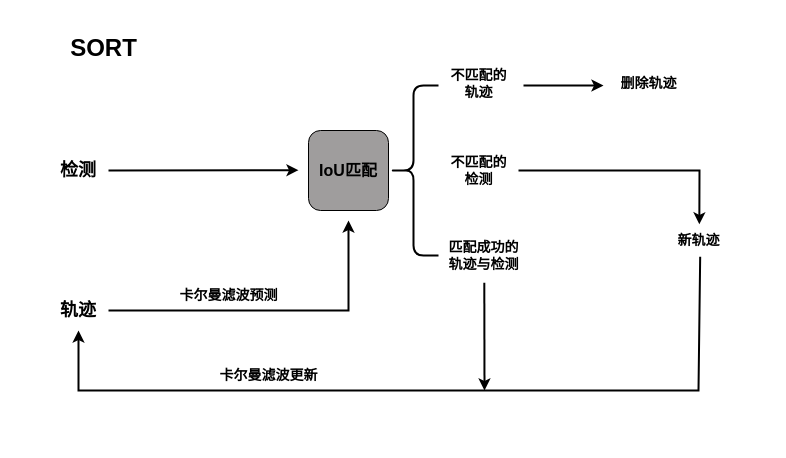
Before: SORT算法.drawio in bighammer-link/My_Pictures, a draw.io diagram. Source tidied: cells renumbered, new cells numbered last; positions are measured from the earlier drawing's top-left corner, leaving out a move shared by most shapes. Both pictures are drawn from the tidied source at 100%, with x=0, y=0 at pixel (48, 28).
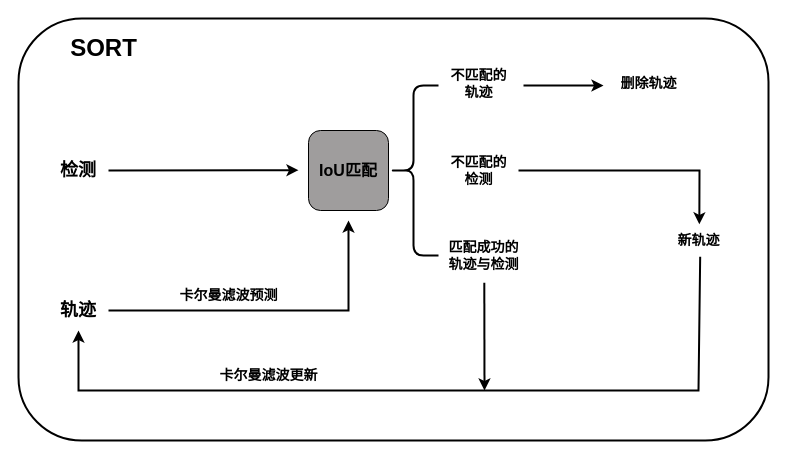
After the change.

Change to the diagram source:
```diff
@@
+    <mxCell id="20" style="rounded=1;whiteSpace=wrap;html=1;fillColor=none;strokeWidth=2;" parent="1" vertex="1">
+      <mxGeometry x="-30" y="-10" width="750" height="422" as="geometry" />
+    </mxCell>
```
